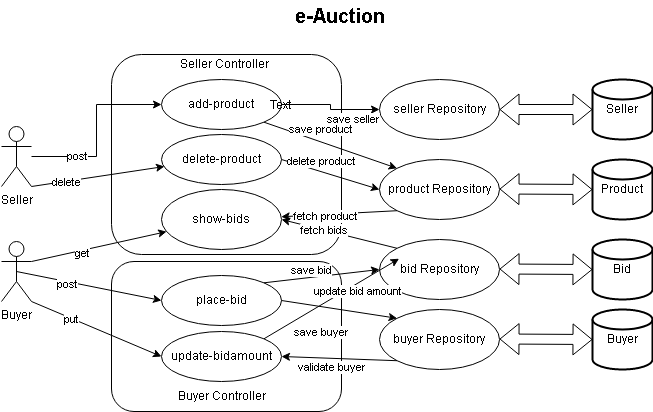
Earlier version of the draw.io export eauction-backend.drawio.png (dsdebayan/eauction-backend). Source tidied: cells renumbered, new cells last; positions are measured from the earlier drawing's top-left corner, leaving out a move shared by most shapes.
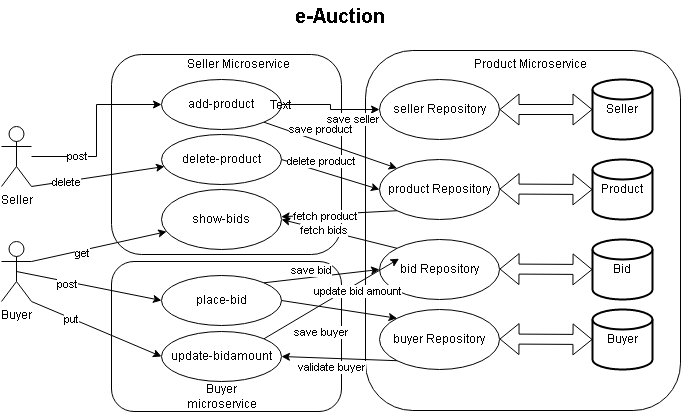
Later version of the same file.

The edit, as a diff of the source:
```diff
@@ -2,6 +2,9 @@
   <root>
     <mxCell id="0" />
     <mxCell id="1" parent="0" />
+    <mxCell id="55" style="rounded=1;whiteSpace=wrap;html=1;" parent="1" vertex="1">
+      <mxGeometry x="364" y="50" width="315" height="360" as="geometry" />
+    </mxCell>
     <mxCell id="2" style="rounded=1;whiteSpace=wrap;html=1;" parent="1" vertex="1">
       <mxGeometry x="110" y="261" width="230" height="150" as="geometry" />
     </mxCell>
@@ -20,8 +23,8 @@
     <mxCell id="7" value="seller Repository" style="ellipse;whiteSpace=wrap;html=1;" parent="1" vertex="1">
       <mxGeometry x="378" y="79" width="120" height="60" as="geometry" />
     </mxCell>
-    <mxCell id="8" value="Seller Controller" style="text;html=1;strokeColor=none;fillColor=none;align=center;verticalAlign=middle;whiteSpace=wrap;rounded=0;" parent="1" vertex="1">
-      <mxGeometry x="176" y="49" width="95" height="30" as="geometry" />
+    <mxCell id="8" value="Seller Microservice" style="text;html=1;strokeColor=none;fillColor=none;align=center;verticalAlign=middle;whiteSpace=wrap;rounded=0;" parent="1" vertex="1">
+      <mxGeometry x="176" y="49" width="123" height="30" as="geometry" />
     </mxCell>
     <mxCell id="9" style="edgeStyle=orthogonalEdgeStyle;rounded=0;jettySize=auto;html=1;entryX=0;entryY=0.5;entryDx=0;entryDy=0;" parent="1" edge="1" source="11" target="7">
       <mxGeometry relative="1" as="geometry" />
@@ -174,7 +177,7 @@
         <mxPoint x="18" y="28" as="offset" />
       </mxGeometry>
     </mxCell>
-    <mxCell id="52" value="Buyer Controller" style="text;html=1;strokeColor=none;fillColor=none;align=center;verticalAlign=middle;whiteSpace=wrap;rounded=0;" parent="1" vertex="1">
+    <mxCell id="52" value="Buyer microservice" style="text;html=1;strokeColor=none;fillColor=none;align=center;verticalAlign=middle;whiteSpace=wrap;rounded=0;" parent="1" vertex="1">
       <mxGeometry x="172.5" y="381" width="95" height="30" as="geometry" />
     </mxCell>
     <mxCell id="53" value="Text" style="text;html=1;strokeColor=none;fillColor=none;align=center;verticalAlign=middle;whiteSpace=wrap;rounded=0;" parent="1" vertex="1">
@@ -183,5 +186,8 @@
     <mxCell id="54" value="&lt;b&gt;&lt;font style=&quot;font-size: 20px&quot;&gt;e-Auction&lt;/font&gt;&lt;/b&gt;" style="text;html=1;strokeColor=none;fillColor=none;align=center;verticalAlign=middle;whiteSpace=wrap;rounded=0;" parent="1" vertex="1">
       <mxGeometry x="289" width="100" height="30" as="geometry" />
     </mxCell>
+    <mxCell id="56" value="Product Microservice" style="text;html=1;strokeColor=none;fillColor=none;align=center;verticalAlign=middle;whiteSpace=wrap;rounded=0;" parent="1" vertex="1">
+      <mxGeometry x="468" y="49" width="123" height="30" as="geometry" />
+    </mxCell>
   </root>
 </mxGraphModel>
```
